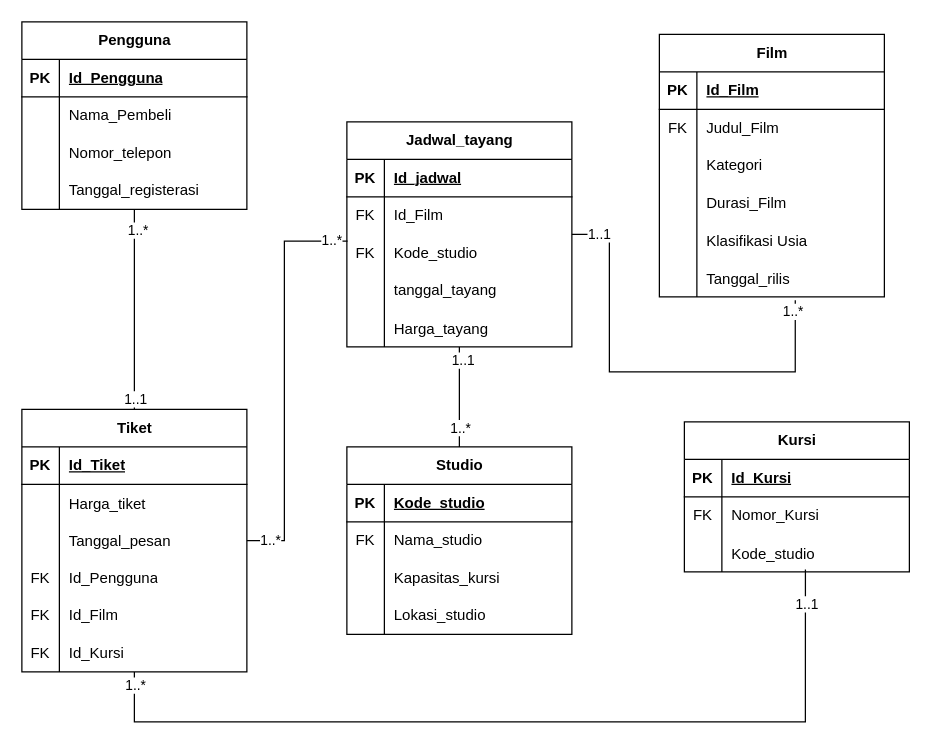
Above: page "SIstem Pemesanan Tiket Bioskop" (2 of 2) of Diagram Tanpa Judul.drawio in zackyyr/ERD (draw.io), before the change. Source tidied: cells renumbered, new cells numbered last; positions are measured from the earlier drawing's top-left corner, leaving out a move shared by most shapes. Both pictures are drawn from the tidied source at 125%, with x=0, y=0 at pixel (21, 21).
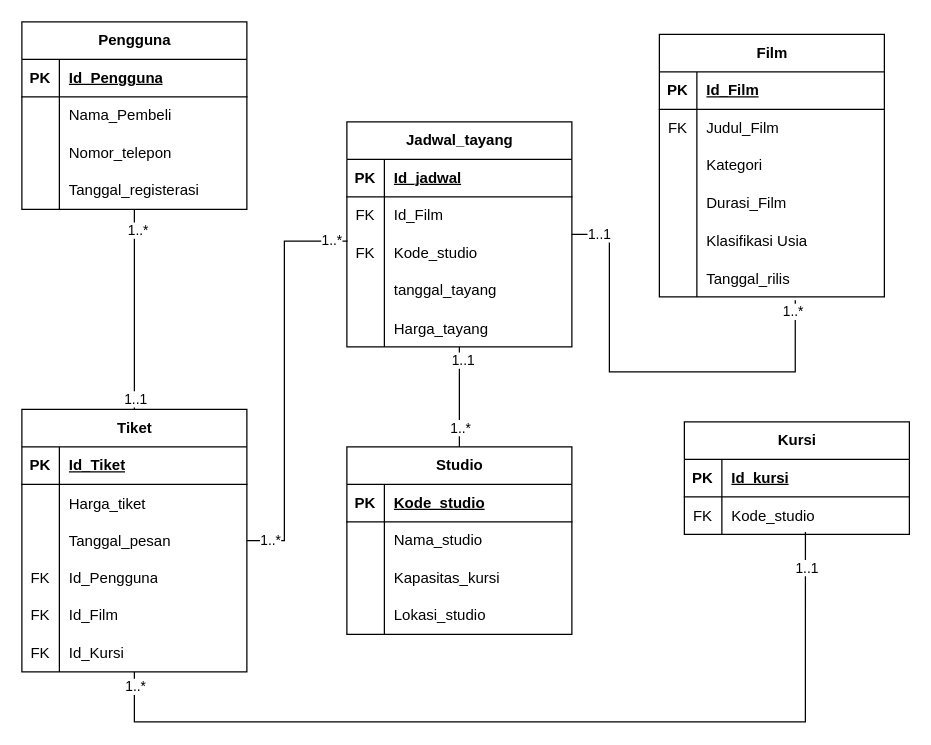
The same page after the edit.

Commit message:
Latihan ERD - Day 1

Unchanged cells that the change refers to:
```xml
<mxCell id="60" style="shape=tableRow;horizontal=0;startSize=0;swimlaneHead=0;swimlaneBody=0;fillColor=none;top=0;left=0;right=0;bottom=1;" parent="59" vertex="1">
  <mxGeometry y="30" width="180" height="30" as="geometry" />
</mxCell>
<mxCell id="73" style="shape=tableRow;horizontal=0;startSize=0;swimlaneHead=0;swimlaneBody=0;fillColor=none;top=0;left=0;right=0;bottom=0;" parent="69" vertex="1">
  <mxGeometry y="60" width="180" height="30" as="geometry" />
</mxCell>
```

What changed in the source:
```diff
@@
     <mxCell id="59" value="Kursi" style="shape=table;startSize=30;childLayout=tableLayout;rowLines=0;fontStyle=1;align=center;html=1;" parent="1" vertex="1">
-      <mxGeometry x="530" y="320" width="180" height="120" as="geometry" />
+      <mxGeometry x="530" y="320" width="180" height="90" as="geometry" />
     </mxCell>
@@
-    <mxCell id="62" value="Id_Kursi" style="shape=partialRectangle;fillColor=none;top=0;left=0;bottom=0;right=0;align=left;spacingLeft=6;fontStyle=5;overflow=hidden;whiteSpace=wrap;html=1;" parent="60" vertex="1">
+    <mxCell id="62" value="Id_kursi" style="shape=partialRectangle;fillColor=none;top=0;left=0;bottom=0;right=0;align=left;spacingLeft=6;fontStyle=5;overflow=hidden;whiteSpace=wrap;html=1;" parent="60" vertex="1">
       <mxGeometry x="30" width="150" height="30" as="geometry" />
     </mxCell>
-    <mxCell id="63" style="shape=tableRow;horizontal=0;startSize=0;swimlaneHead=0;swimlaneBody=0;fillColor=none;top=0;left=0;right=0;bottom=0;" parent="59" vertex="1">
-      <mxGeometry y="60" width="180" height="30" as="geometry" />
-    </mxCell>
-    <mxCell id="64" value="FK" style="shape=partialRectangle;fillColor=none;top=0;left=0;bottom=0;right=0;overflow=hidden;whiteSpace=wrap;html=1;" parent="63" vertex="1">
-      <mxGeometry width="30" height="30" as="geometry" />
-    </mxCell>
-    <mxCell id="65" value="Nomor_Kursi" style="shape=partialRectangle;fillColor=none;top=0;left=0;bottom=0;right=0;align=left;spacingLeft=6;overflow=hidden;whiteSpace=wrap;html=1;" parent="63" vertex="1">
-      <mxGeometry x="30" width="150" height="30" as="geometry" />
-    </mxCell>
     <mxCell id="66" style="shape=tableRow;horizontal=0;startSize=0;swimlaneHead=0;swimlaneBody=0;fillColor=none;points=[[0,0.5],[1,0.5]];portConstraint=eastwest;top=0;left=0;right=0;bottom=0;" parent="59" vertex="1">
-      <mxGeometry y="90" width="180" height="30" as="geometry" />
+      <mxGeometry y="60" width="180" height="30" as="geometry" />
     </mxCell>
-    <mxCell id="67" style="shape=partialRectangle;fillColor=none;top=0;left=0;bottom=0;right=0;overflow=hidden;" parent="66" vertex="1">
+    <mxCell id="67" value="FK" style="shape=partialRectangle;fillColor=none;top=0;left=0;bottom=0;right=0;overflow=hidden;" parent="66" vertex="1">
       <mxGeometry width="30" height="30" as="geometry" />
     </mxCell>
@@
-    <mxCell id="74" value="FK" style="shape=partialRectangle;fillColor=none;top=0;left=0;bottom=0;right=0;overflow=hidden;whiteSpace=wrap;html=1;" parent="73" vertex="1">
+    <mxCell id="74" style="shape=partialRectangle;fillColor=none;top=0;left=0;bottom=0;right=0;overflow=hidden;whiteSpace=wrap;html=1;" parent="73" vertex="1">
       <mxGeometry width="30" height="30" as="geometry" />
     </mxCell>
```
